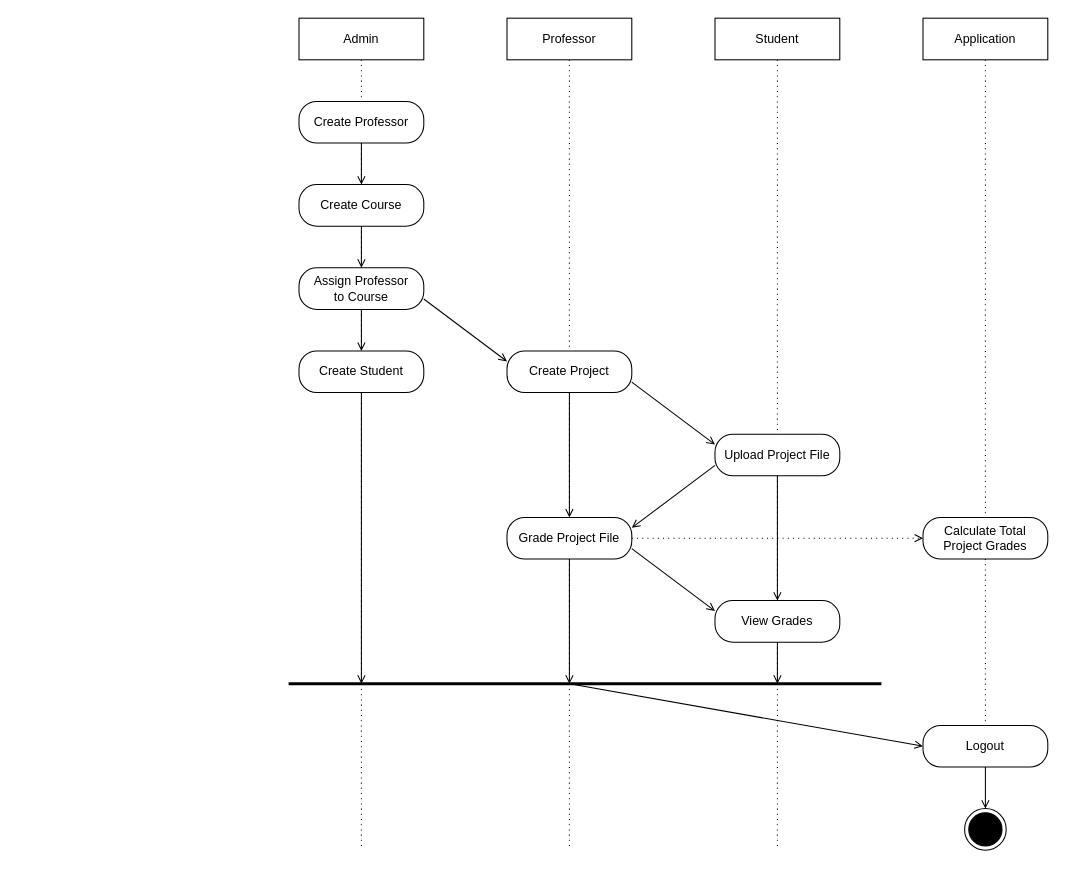
This is ActivityDiagrams/ActivityDiagram_v1.drawio from gkaraoglanian/E-ClassApplication, a draw.io file, before an edit. Source tidied: cells renumbered, new cells numbered last; positions are measured from the earlier drawing's top-left corner, leaving out a move shared by most shapes. Both pictures are drawn from the tidied source at 104%, with x=0, y=0 at pixel (288, 18).
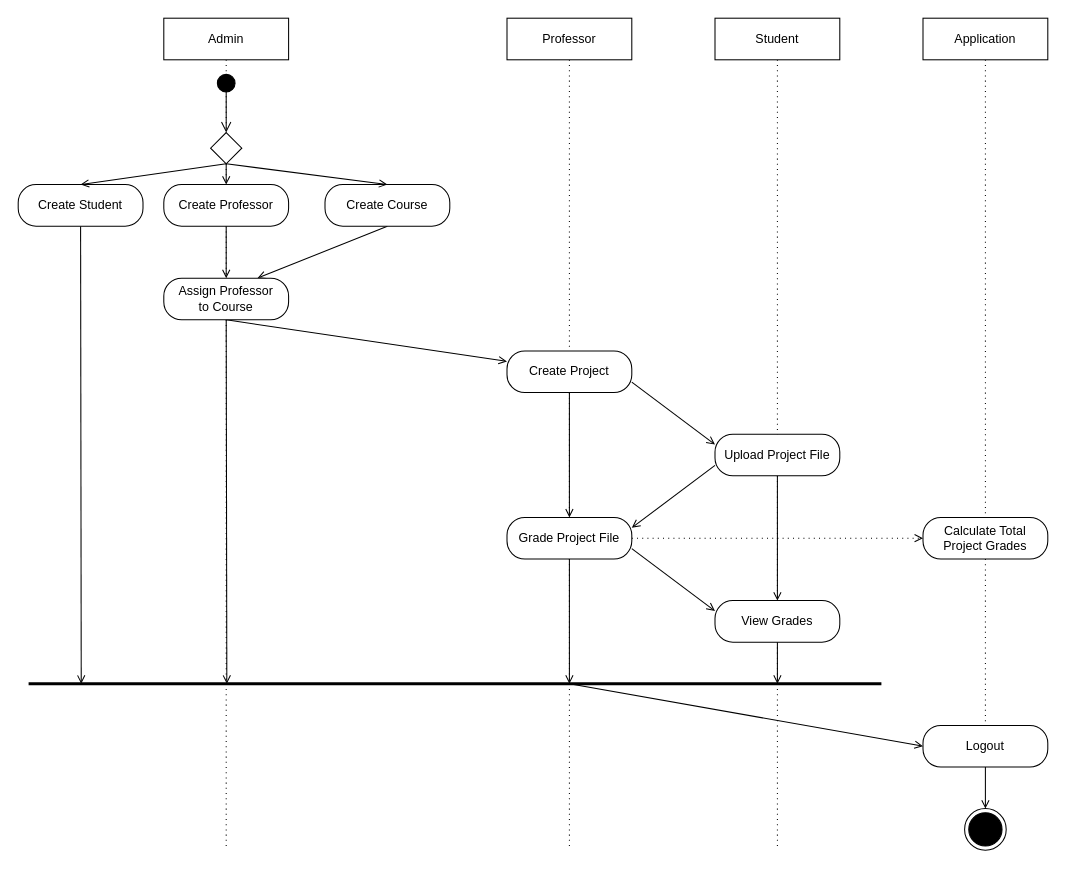
The same diagram, later.

Commit message (it also covers changes not shown here):
Made modifications to the Activity Diagram (version 1)

Unchanged cells that the change refers to:
```xml
<mxCell id="21" value="Create Project" style="rounded=1;whiteSpace=wrap;html=1;arcSize=43;" parent="1" vertex="1">
  <mxGeometry x="210" y="320" width="120" height="40" as="geometry" />
</mxCell>
```

Diff of the diagram source:
```diff
@@
+    <mxCell id="38" style="edgeStyle=orthogonalEdgeStyle;rounded=0;jettySize=auto;html=1;exitX=0.5;exitY=1;exitDx=0;exitDy=0;dashed=1;dashPattern=1 4;endArrow=none;endFill=0;" parent="1" edge="1" source="6" target="14">
+      <mxGeometry relative="1" as="geometry" />
+    </mxCell>
@@
-    <mxCell id="4" style="edgeStyle=orthogonalEdgeStyle;rounded=0;jettySize=auto;html=1;exitX=0.5;exitY=1;exitDx=0;exitDy=0;dashed=1;dashPattern=1 4;endArrow=none;endFill=0;" parent="1" edge="1" source="6">
+    <mxCell id="4" style="edgeStyle=orthogonalEdgeStyle;rounded=0;jettySize=auto;html=1;exitX=0.5;exitY=1;exitDx=0;exitDy=0;dashed=1;dashPattern=1 4;endArrow=none;endFill=0;" parent="1" edge="1" source="14">
       <mxGeometry relative="1" as="geometry">
-        <mxPoint x="70" y="800" as="targetPoint" />
+        <mxPoint x="-60" y="800" as="targetPoint" />
+        <Array as="points">
+          <mxPoint x="-60" y="800" />
+        </Array>
       </mxGeometry>
     </mxCell>
@@
     <mxCell id="6" value="Admin" style="rounded=0;whiteSpace=wrap;html=1;" parent="1" vertex="1">
-      <mxGeometry x="10" width="120" height="40" as="geometry" />
+      <mxGeometry x="-120" width="120" height="40" as="geometry" />
     </mxCell>
@@
-    <mxCell id="10" style="edgeStyle=orthogonalEdgeStyle;rounded=0;jettySize=auto;html=1;exitX=0.5;exitY=1;exitDx=0;exitDy=0;entryX=0.5;entryY=0;entryDx=0;entryDy=0;endArrow=open;endFill=0;" parent="1" edge="1" source="11" target="16">
-      <mxGeometry relative="1" as="geometry" />
-    </mxCell>
+    <mxCell id="39" style="edgeStyle=none;rounded=0;jettySize=auto;html=1;exitX=0.5;exitY=1;exitDx=0;exitDy=0;entryX=0.5;entryY=0;entryDx=0;entryDy=0;endArrow=open;endFill=0;strokeColor=#000000;" parent="1" edge="1" source="11" target="14">
+      <mxGeometry relative="1" as="geometry" />
+    </mxCell>
     <mxCell id="11" value="Create Professor" style="rounded=1;whiteSpace=wrap;html=1;arcSize=43;" parent="1" vertex="1">
-      <mxGeometry x="10" y="80" width="120" height="40" as="geometry" />
+      <mxGeometry x="-120" y="160" width="120" height="40" as="geometry" />
     </mxCell>
-    <mxCell id="12" style="edgeStyle=orthogonalEdgeStyle;rounded=0;jettySize=auto;html=1;exitX=0.5;exitY=1;exitDx=0;exitDy=0;entryX=0.5;entryY=0;entryDx=0;entryDy=0;endArrow=open;endFill=0;" parent="1" edge="1" source="14" target="18">
-      <mxGeometry relative="1" as="geometry" />
-    </mxCell>
-    <mxCell id="13" style="rounded=0;jettySize=auto;html=1;exitX=1;exitY=0.75;exitDx=0;exitDy=0;entryX=0;entryY=0.25;entryDx=0;entryDy=0;endArrow=open;endFill=0;" parent="1" edge="1" source="14" target="21">
-      <mxGeometry relative="1" as="geometry" />
-    </mxCell>
-    <mxCell id="14" value="Assign Professor&lt;br&gt;to Course" style="rounded=1;whiteSpace=wrap;html=1;arcSize=43;" parent="1" vertex="1">
-      <mxGeometry x="10" y="240" width="120" height="40" as="geometry" />
-    </mxCell>
-    <mxCell id="15" style="edgeStyle=orthogonalEdgeStyle;rounded=0;jettySize=auto;html=1;exitX=0.5;exitY=1;exitDx=0;exitDy=0;entryX=0.5;entryY=0;entryDx=0;entryDy=0;endArrow=open;endFill=0;" parent="1" edge="1" source="16" target="14">
+    <mxCell id="15" style="edgeStyle=none;rounded=0;jettySize=auto;html=1;exitX=0.5;exitY=1;exitDx=0;exitDy=0;endArrow=open;endFill=0;strokeColor=#000000;entryX=0.75;entryY=0;entryDx=0;entryDy=0;" parent="1" edge="1" source="16" target="14">
       <mxGeometry relative="1" as="geometry" />
     </mxCell>
     <mxCell id="16" value="Create Course" style="rounded=1;whiteSpace=wrap;html=1;arcSize=43;" parent="1" vertex="1">
-      <mxGeometry x="10" y="160" width="120" height="40" as="geometry" />
+      <mxGeometry x="35" y="160" width="120" height="40" as="geometry" />
     </mxCell>
-    <mxCell id="17" style="edgeStyle=none;rounded=0;jettySize=auto;html=1;exitX=0.5;exitY=1;exitDx=0;exitDy=0;endArrow=open;endFill=0;strokeWidth=1;" parent="1" edge="1" source="18">
-      <mxGeometry relative="1" as="geometry">
-        <mxPoint x="70" y="640" as="targetPoint" />
-      </mxGeometry>
-    </mxCell>
+    <mxCell id="40" style="edgeStyle=none;rounded=0;jettySize=auto;html=1;exitX=0.5;exitY=1;exitDx=0;exitDy=0;endArrow=open;endFill=0;strokeColor=#000000;" parent="1" edge="1" source="18">
+      <mxGeometry relative="1" as="geometry">
+        <mxPoint x="-199.4" y="640" as="targetPoint" />
+      </mxGeometry>
+    </mxCell>
     <mxCell id="18" value="Create Student" style="rounded=1;whiteSpace=wrap;html=1;arcSize=43;" parent="1" vertex="1">
-      <mxGeometry x="10" y="320" width="120" height="40" as="geometry" />
+      <mxGeometry x="-260" y="160" width="120" height="40" as="geometry" />
     </mxCell>
@@
     <mxCell id="34" style="endArrow=none;html=1;strokeWidth=3;" parent="1" edge="1">
       <mxGeometry relative="1" as="geometry">
-        <mxPoint y="640" as="sourcePoint" />
+        <mxPoint x="-250" y="640" as="sourcePoint" />
         <mxPoint x="570" y="640" as="targetPoint" />
       </mxGeometry>
     </mxCell>
@@
+    <mxCell id="41" style="ellipse;html=1;shape=startState;fillColor=#000000;strokeColor=#000000;" parent="1" vertex="1">
+      <mxGeometry x="-72.5" y="50" width="25" height="25" as="geometry" />
+    </mxCell>
+    <mxCell id="42" style="edgeStyle=orthogonalEdgeStyle;html=1;verticalAlign=bottom;endArrow=open;endSize=8;strokeColor=#000000;entryX=0.5;entryY=0;entryDx=0;entryDy=0;exitX=0.5;exitY=0.8;exitDx=0;exitDy=0;exitPerimeter=0;" parent="1" edge="1" source="41" target="47">
+      <mxGeometry relative="1" as="geometry" />
+    </mxCell>
+    <mxCell id="43" style="rounded=0;jettySize=auto;html=1;exitX=0.5;exitY=1;exitDx=0;exitDy=0;entryX=0.5;entryY=0;entryDx=0;entryDy=0;strokeColor=#000000;endArrow=open;endFill=0;" parent="1" edge="1" source="47" target="11">
+      <mxGeometry relative="1" as="geometry" />
+    </mxCell>
+    <mxCell id="44" style="edgeStyle=none;rounded=0;jettySize=auto;html=1;exitX=0.5;exitY=1;exitDx=0;exitDy=0;entryX=0.5;entryY=0;entryDx=0;entryDy=0;endArrow=open;endFill=0;strokeColor=#000000;" parent="1" edge="1" source="47" target="16">
+      <mxGeometry relative="1" as="geometry" />
+    </mxCell>
+    <mxCell id="45" style="edgeStyle=none;rounded=0;jettySize=auto;html=1;exitX=0.5;exitY=1;exitDx=0;exitDy=0;entryX=0.5;entryY=0;entryDx=0;entryDy=0;endArrow=open;endFill=0;strokeColor=#000000;" parent="1" edge="1" source="47" target="18">
+      <mxGeometry relative="1" as="geometry" />
+    </mxCell>
+    <mxCell id="13" style="edgeStyle=none;rounded=0;jettySize=auto;html=1;exitX=0.5;exitY=1;exitDx=0;exitDy=0;entryX=0;entryY=0.25;entryDx=0;entryDy=0;endArrow=open;endFill=0;strokeColor=#000000;" parent="1" edge="1" source="14" target="21">
+      <mxGeometry relative="1" as="geometry" />
+    </mxCell>
+    <mxCell id="46" style="edgeStyle=none;rounded=0;jettySize=auto;html=1;exitX=0.5;exitY=1;exitDx=0;exitDy=0;endArrow=open;endFill=0;strokeColor=#000000;" parent="1" edge="1" source="14">
+      <mxGeometry relative="1" as="geometry">
+        <mxPoint x="-59.4" y="640" as="targetPoint" />
+      </mxGeometry>
+    </mxCell>
+    <mxCell id="14" value="Assign Professor&lt;br&gt;to Course" style="rounded=1;whiteSpace=wrap;html=1;arcSize=43;" parent="1" vertex="1">
+      <mxGeometry x="-120" y="250" width="120" height="40" as="geometry" />
+    </mxCell>
+    <mxCell id="47" style="rhombus;whiteSpace=wrap;html=1;strokeColor=#000000;" parent="1" vertex="1">
+      <mxGeometry x="-75" y="110" width="30" height="30" as="geometry" />
+    </mxCell>
```
